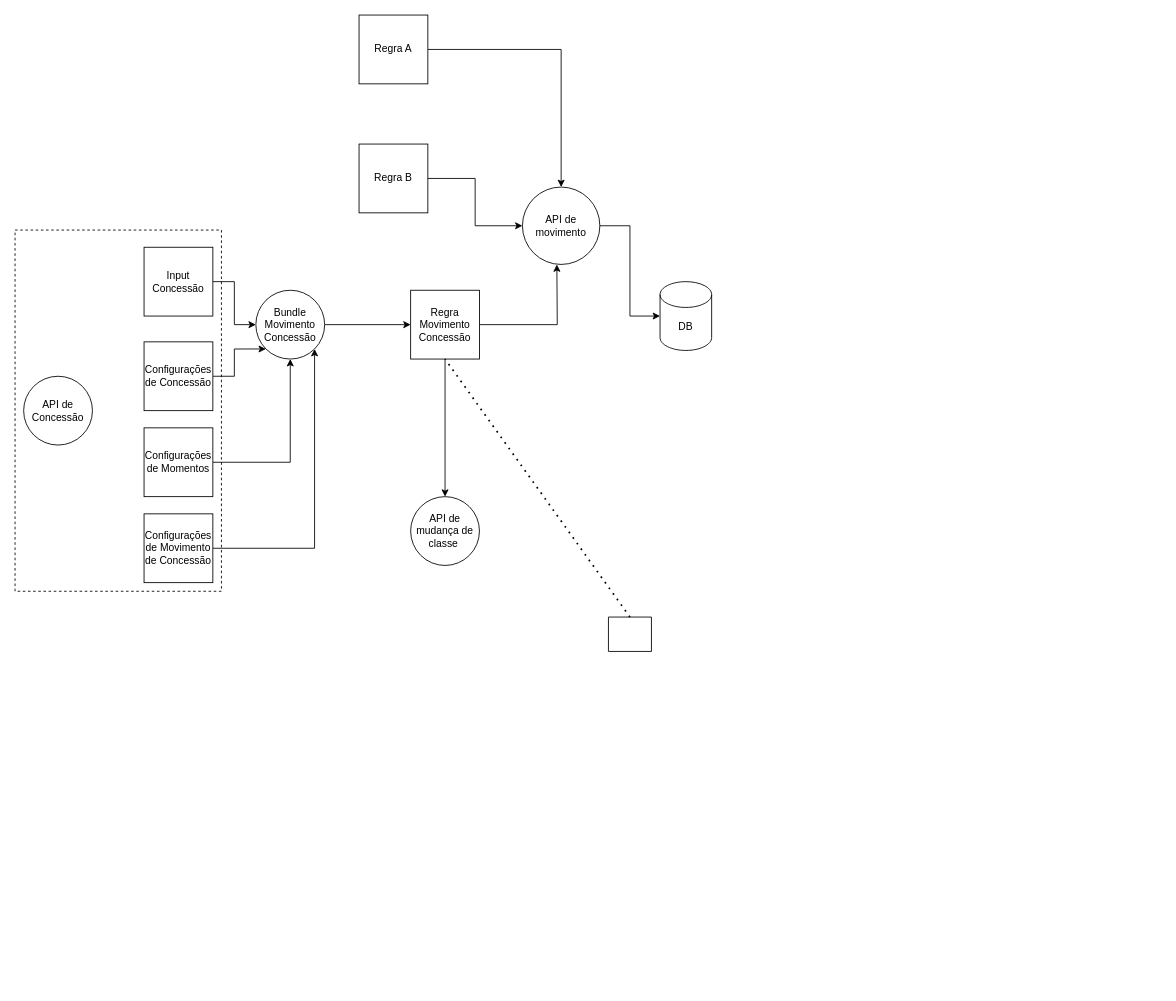
lucasaf/account-transfer-api keeps this draw.io diagram as Diagrama sem nome.drawio. Above is the earlier version. Source tidied: cells renumbered, new cells numbered last; positions are measured from the earlier drawing's top-left corner, leaving out a move shared by most shapes. Both pictures are drawn from the tidied source at 86%, with x=0, y=0 at pixel (15, 15).
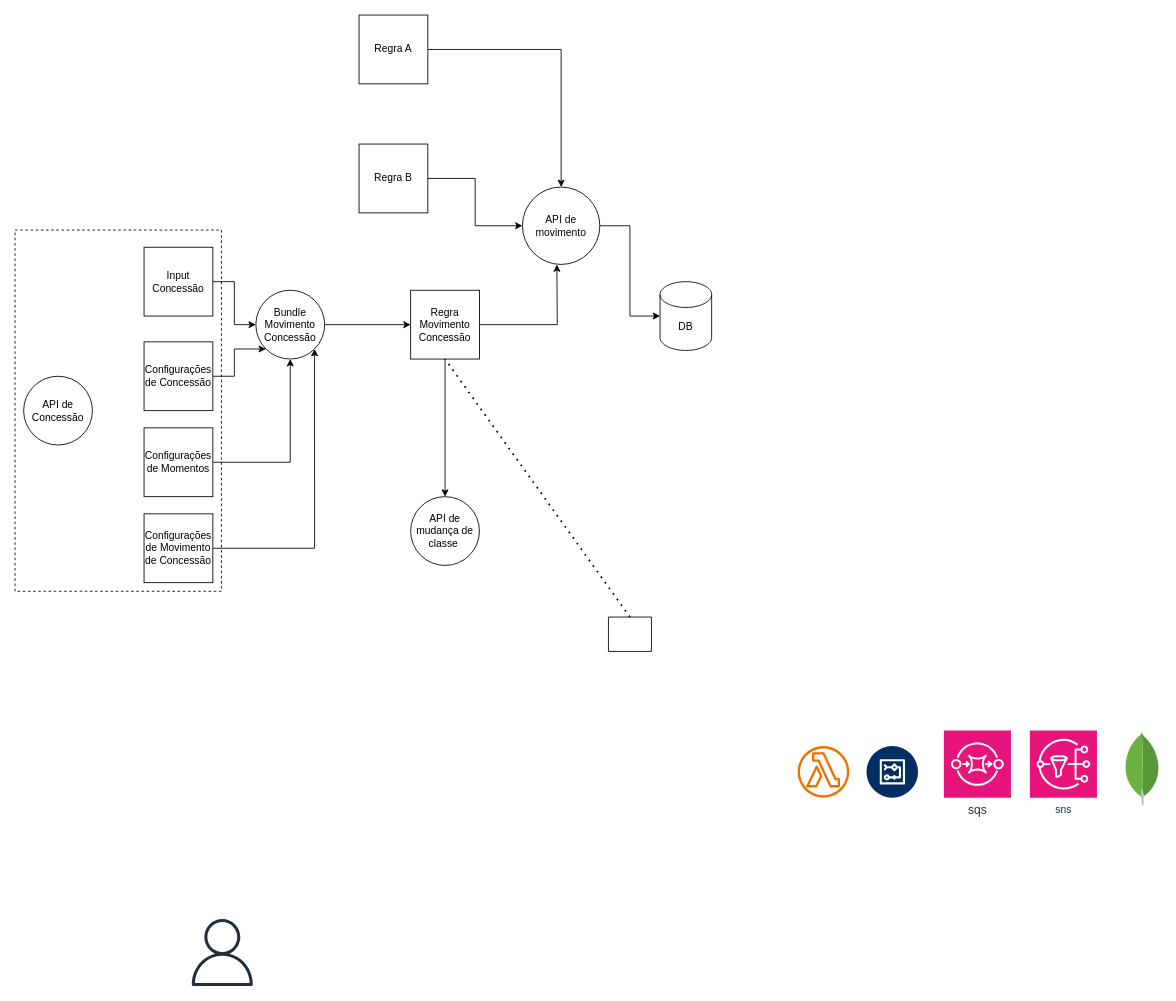
The same diagram, later.

The edit, as a diff of the source:
```diff
@@
+    <mxCell id="28" style="sketch=0;fontColor=#232F3E;gradientColor=none;fillColor=#232F3D;strokeColor=none;dashed=0;verticalLabelPosition=bottom;verticalAlign=top;align=center;html=1;fontSize=12;fontStyle=0;shape=mxgraph.aws4.user;" parent="1" vertex="1">
+      <mxGeometry x="202" y="1051" width="78" height="78" as="geometry" />
+    </mxCell>
+    <mxCell id="29" style="sketch=0;fontColor=#232F3E;gradientColor=none;fillColor=#ED7100;strokeColor=none;dashed=0;verticalLabelPosition=bottom;verticalAlign=top;align=center;html=1;fontSize=12;fontStyle=0;shape=mxgraph.aws4.lambda_function;" parent="1" vertex="1">
+      <mxGeometry x="910" y="850" width="60" height="60" as="geometry" />
+    </mxCell>
+    <mxCell id="30" style="verticalLabelPosition=bottom;html=1;shape=mxgraph.salesforce.workflow2;" parent="1" vertex="1">
+      <mxGeometry x="990" y="850" width="60" height="60" as="geometry" />
+    </mxCell>
+    <mxCell id="31" style="dashed=0;html=1;align=center;labelPosition=center;verticalLabelPosition=bottom;verticalAlign=top;shape=mxgraph.weblogos.mongodb;" parent="1" vertex="1">
+      <mxGeometry x="1290" y="833" width="41.2" height="86.2" as="geometry" />
+    </mxCell>
+    <mxCell id="32" value="&lt;font style=&quot;font-size: 14px;&quot;&gt;sqs&lt;/font&gt;" style="sketch=0;fontColor=#232F3E;fillColor=#E7157B;strokeColor=#ffffff;dashed=0;verticalLabelPosition=bottom;verticalAlign=top;align=center;html=1;fontSize=12;fontStyle=0;shape=mxgraph.aws4.resourceIcon;resIcon=mxgraph.aws4.sqs;" parent="1" vertex="1">
+      <mxGeometry x="1080" y="832" width="78" height="78" as="geometry" />
+    </mxCell>
+    <mxCell id="33" value="sns" style="sketch=0;fontColor=#232F3E;fillColor=#E7157B;strokeColor=#ffffff;dashed=0;verticalLabelPosition=bottom;verticalAlign=top;align=center;html=1;fontSize=12;fontStyle=0;shape=mxgraph.aws4.resourceIcon;resIcon=mxgraph.aws4.sns;" parent="1" vertex="1">
+      <mxGeometry x="1180" y="832" width="78" height="78" as="geometry" />
+    </mxCell>
```
